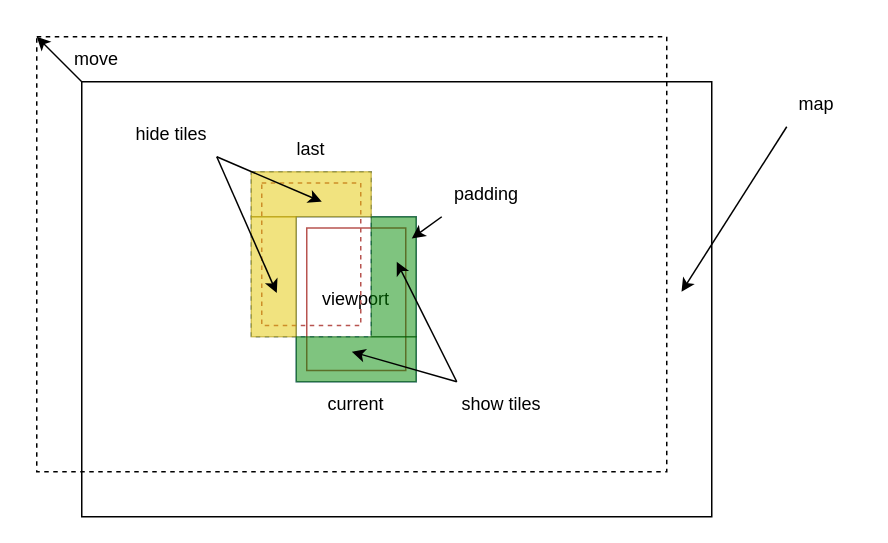
Before: TileMap.drawio in porky-prince/save-same-file, a draw.io diagram. Source tidied: cells renumbered, new cells numbered last; positions are measured from the earlier drawing's top-left corner, leaving out a move shared by most shapes. Both pictures are drawn from the tidied source at 150%, with x=0, y=0 at pixel (36, 36).
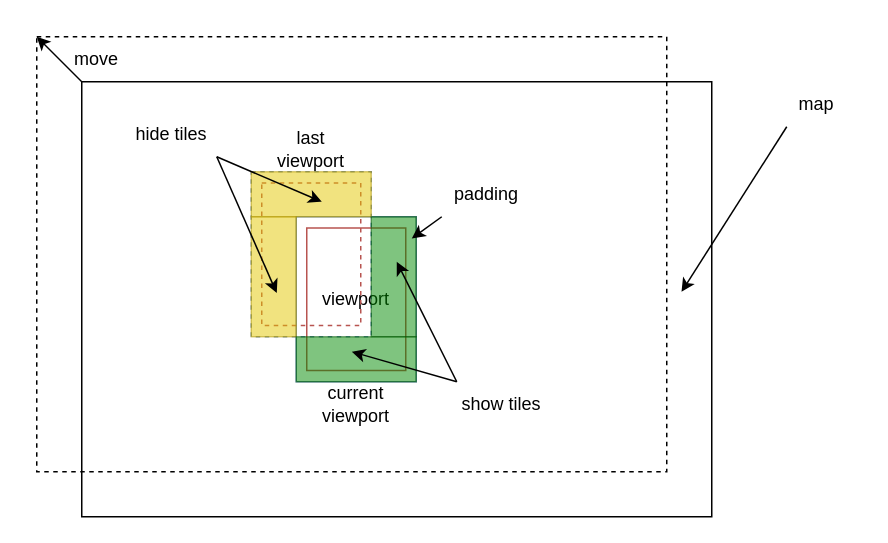
Above is the later version.

Change to the diagram source:
```diff
@@
-    <mxCell id="25" value="last" style="text;html=1;strokeColor=none;fillColor=none;align=center;verticalAlign=middle;whiteSpace=wrap;rounded=0;shadow=0;sketch=0;opacity=50;" parent="1" vertex="1">
+    <mxCell id="25" value="last viewport" style="text;html=1;strokeColor=none;fillColor=none;align=center;verticalAlign=middle;whiteSpace=wrap;rounded=0;shadow=0;sketch=0;opacity=50;" parent="1" vertex="1">
       <mxGeometry x="153" y="60" width="60" height="30" as="geometry" />
     </mxCell>
-    <mxCell id="26" value="current" style="text;html=1;strokeColor=none;fillColor=none;align=center;verticalAlign=middle;whiteSpace=wrap;rounded=0;shadow=0;sketch=0;opacity=50;" parent="1" vertex="1">
+    <mxCell id="26" value="current viewport" style="text;html=1;strokeColor=none;fillColor=none;align=center;verticalAlign=middle;whiteSpace=wrap;rounded=0;shadow=0;sketch=0;opacity=50;" parent="1" vertex="1">
       <mxGeometry x="183" y="230" width="60" height="30" as="geometry" />
     </mxCell>
```
